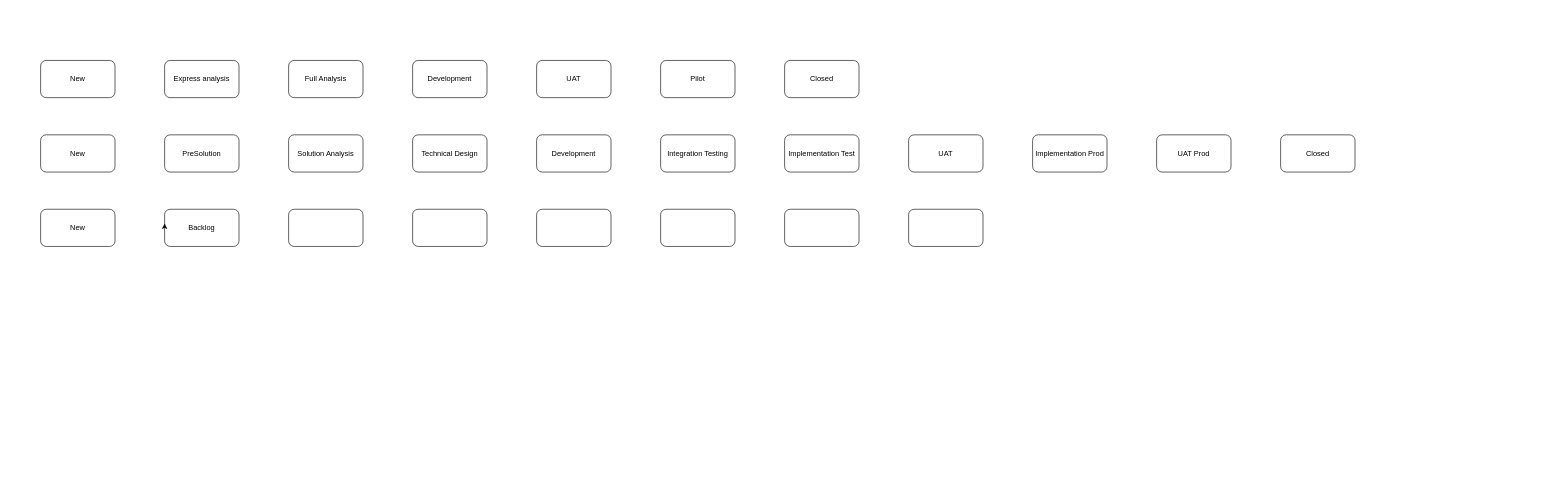
This is Диаграмма без названия.drawio from werthwerth/Diagrams, a draw.io file, before an edit. Source tidied: cells renumbered, new cells numbered last; positions are measured from the earlier drawing's top-left corner, leaving out a move shared by most shapes. Both pictures are drawn from the tidied source at 62%, with x=0, y=0 at pixel (40, 60).
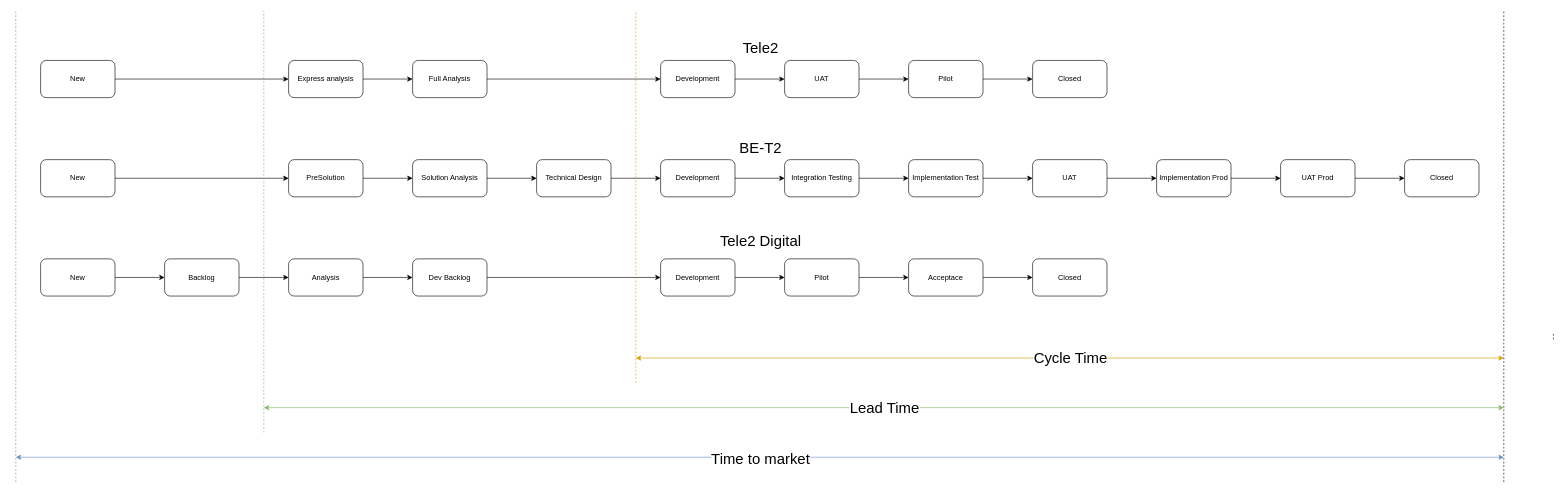
The same diagram, later.

The change refers to these unchanged cells:
```xml
<mxCell id="2" value="New" style="rounded=1;whiteSpace=wrap;html=1;" parent="1" vertex="1">
  <mxGeometry width="120" height="60" as="geometry" />
</mxCell>
```

The edit, as a diff of the source:
```diff
@@
+    <mxCell id="29" style="edgeStyle=orthogonalEdgeStyle;rounded=0;jettySize=auto;html=1;" parent="1" edge="1" source="2" target="3">
+      <mxGeometry relative="1" as="geometry" />
+    </mxCell>
@@
+    <mxCell id="30" style="edgeStyle=orthogonalEdgeStyle;rounded=0;jettySize=auto;html=1;" parent="1" edge="1" source="3" target="4">
+      <mxGeometry relative="1" as="geometry" />
+    </mxCell>
     <mxCell id="3" value="Express analysis" style="rounded=1;whiteSpace=wrap;html=1;" parent="1" vertex="1">
-      <mxGeometry x="200" width="120" height="60" as="geometry" />
+      <mxGeometry x="400" width="120" height="60" as="geometry" />
     </mxCell>
+    <mxCell id="31" style="edgeStyle=orthogonalEdgeStyle;rounded=0;jettySize=auto;html=1;" parent="1" edge="1" source="4" target="5">
+      <mxGeometry relative="1" as="geometry" />
+    </mxCell>
     <mxCell id="4" value="Full Analysis" style="rounded=1;whiteSpace=wrap;html=1;" parent="1" vertex="1">
-      <mxGeometry x="400" width="120" height="60" as="geometry" />
+      <mxGeometry x="600" width="120" height="60" as="geometry" />
     </mxCell>
+    <mxCell id="32" style="edgeStyle=orthogonalEdgeStyle;rounded=0;jettySize=auto;html=1;" parent="1" edge="1" source="5" target="6">
+      <mxGeometry relative="1" as="geometry" />
+    </mxCell>
     <mxCell id="5" value="Development" style="rounded=1;whiteSpace=wrap;html=1;" parent="1" vertex="1">
-      <mxGeometry x="600" width="120" height="60" as="geometry" />
+      <mxGeometry x="1000" width="120" height="60" as="geometry" />
     </mxCell>
+    <mxCell id="33" style="edgeStyle=orthogonalEdgeStyle;rounded=0;jettySize=auto;html=1;" parent="1" edge="1" source="6" target="7">
+      <mxGeometry relative="1" as="geometry" />
+    </mxCell>
     <mxCell id="6" value="UAT" style="rounded=1;whiteSpace=wrap;html=1;" parent="1" vertex="1">
-      <mxGeometry x="800" width="120" height="60" as="geometry" />
+      <mxGeometry x="1200" width="120" height="60" as="geometry" />
     </mxCell>
+    <mxCell id="34" style="edgeStyle=orthogonalEdgeStyle;rounded=0;jettySize=auto;html=1;" parent="1" edge="1" source="7" target="8">
+      <mxGeometry relative="1" as="geometry" />
+    </mxCell>
     <mxCell id="7" value="Pilot" style="rounded=1;whiteSpace=wrap;html=1;" parent="1" vertex="1">
-      <mxGeometry x="1000" width="120" height="60" as="geometry" />
+      <mxGeometry x="1400" width="120" height="60" as="geometry" />
     </mxCell>
     <mxCell id="8" value="&lt;div&gt;Closed&lt;/div&gt;" style="rounded=1;whiteSpace=wrap;html=1;" parent="1" vertex="1">
-      <mxGeometry x="1200" width="120" height="60" as="geometry" />
+      <mxGeometry x="1600" width="120" height="60" as="geometry" />
     </mxCell>
+    <mxCell id="35" style="edgeStyle=orthogonalEdgeStyle;rounded=0;jettySize=auto;html=1;" parent="1" edge="1" source="9" target="10">
+      <mxGeometry relative="1" as="geometry" />
+    </mxCell>
     <mxCell id="9" value="&lt;div&gt;New&lt;/div&gt;" style="rounded=1;whiteSpace=wrap;html=1;" parent="1" vertex="1">
-      <mxGeometry y="120" width="120" height="60" as="geometry" />
+      <mxGeometry y="160" width="120" height="60" as="geometry" />
     </mxCell>
+    <mxCell id="36" style="edgeStyle=orthogonalEdgeStyle;rounded=0;jettySize=auto;html=1;" parent="1" edge="1" source="10" target="11">
+      <mxGeometry relative="1" as="geometry" />
+    </mxCell>
     <mxCell id="10" value="PreSolution" style="rounded=1;whiteSpace=wrap;html=1;" parent="1" vertex="1">
-      <mxGeometry x="200" y="120" width="120" height="60" as="geometry" />
+      <mxGeometry x="400" y="160" width="120" height="60" as="geometry" />
     </mxCell>
+    <mxCell id="37" style="edgeStyle=orthogonalEdgeStyle;rounded=0;jettySize=auto;html=1;" parent="1" edge="1" source="11" target="12">
+      <mxGeometry relative="1" as="geometry" />
+    </mxCell>
     <mxCell id="11" value="Solution Analysis" style="rounded=1;whiteSpace=wrap;html=1;" parent="1" vertex="1">
-      <mxGeometry x="400" y="120" width="120" height="60" as="geometry" />
+      <mxGeometry x="600" y="160" width="120" height="60" as="geometry" />
     </mxCell>
+    <mxCell id="38" style="edgeStyle=orthogonalEdgeStyle;rounded=0;jettySize=auto;html=1;" parent="1" edge="1" source="12" target="13">
+      <mxGeometry relative="1" as="geometry" />
+    </mxCell>
     <mxCell id="12" value="Technical Design" style="rounded=1;whiteSpace=wrap;html=1;" parent="1" vertex="1">
-      <mxGeometry x="600" y="120" width="120" height="60" as="geometry" />
+      <mxGeometry x="800" y="160" width="120" height="60" as="geometry" />
     </mxCell>
+    <mxCell id="39" style="edgeStyle=orthogonalEdgeStyle;rounded=0;jettySize=auto;html=1;" parent="1" edge="1" source="13" target="14">
+      <mxGeometry relative="1" as="geometry" />
+    </mxCell>
     <mxCell id="13" value="Development" style="rounded=1;whiteSpace=wrap;html=1;" parent="1" vertex="1">
-      <mxGeometry x="800" y="120" width="120" height="60" as="geometry" />
+      <mxGeometry x="1000" y="160" width="120" height="60" as="geometry" />
     </mxCell>
+    <mxCell id="40" style="edgeStyle=orthogonalEdgeStyle;rounded=0;jettySize=auto;html=1;" parent="1" edge="1" source="14" target="15">
+      <mxGeometry relative="1" as="geometry" />
+    </mxCell>
     <mxCell id="14" value="Integration Testing" style="rounded=1;whiteSpace=wrap;html=1;" parent="1" vertex="1">
-      <mxGeometry x="1000" y="120" width="120" height="60" as="geometry" />
+      <mxGeometry x="1200" y="160" width="120" height="60" as="geometry" />
     </mxCell>
+    <mxCell id="41" style="edgeStyle=orthogonalEdgeStyle;rounded=0;jettySize=auto;html=1;" parent="1" edge="1" source="15" target="16">
+      <mxGeometry relative="1" as="geometry" />
+    </mxCell>
     <mxCell id="15" value="&lt;div&gt;Implementation Test&lt;/div&gt;" style="rounded=1;whiteSpace=wrap;html=1;" parent="1" vertex="1">
-      <mxGeometry x="1200" y="120" width="120" height="60" as="geometry" />
+      <mxGeometry x="1400" y="160" width="120" height="60" as="geometry" />
     </mxCell>
+    <mxCell id="42" style="edgeStyle=orthogonalEdgeStyle;rounded=0;jettySize=auto;html=1;" parent="1" edge="1" source="16" target="17">
+      <mxGeometry relative="1" as="geometry" />
+    </mxCell>
     <mxCell id="16" value="UAT" style="rounded=1;whiteSpace=wrap;html=1;" parent="1" vertex="1">
-      <mxGeometry x="1400" y="120" width="120" height="60" as="geometry" />
+      <mxGeometry x="1600" y="160" width="120" height="60" as="geometry" />
     </mxCell>
+    <mxCell id="43" style="edgeStyle=orthogonalEdgeStyle;rounded=0;jettySize=auto;html=1;" parent="1" edge="1" source="17" target="18">
+      <mxGeometry relative="1" as="geometry" />
+    </mxCell>
     <mxCell id="17" value="Implementation Prod" style="rounded=1;whiteSpace=wrap;html=1;" parent="1" vertex="1">
-      <mxGeometry x="1600" y="120" width="120" height="60" as="geometry" />
+      <mxGeometry x="1800" y="160" width="120" height="60" as="geometry" />
     </mxCell>
+    <mxCell id="44" style="edgeStyle=orthogonalEdgeStyle;rounded=0;jettySize=auto;html=1;" parent="1" edge="1" source="18" target="19">
+      <mxGeometry relative="1" as="geometry" />
+    </mxCell>
     <mxCell id="18" value="&lt;div&gt;UAT Prod&lt;/div&gt;" style="rounded=1;whiteSpace=wrap;html=1;" parent="1" vertex="1">
-      <mxGeometry x="1800" y="120" width="120" height="60" as="geometry" />
+      <mxGeometry x="2000" y="160" width="120" height="60" as="geometry" />
     </mxCell>
     <mxCell id="19" value="Closed" style="rounded=1;whiteSpace=wrap;html=1;" parent="1" vertex="1">
-      <mxGeometry x="2000" y="120" width="120" height="60" as="geometry" />
+      <mxGeometry x="2200" y="160" width="120" height="60" as="geometry" />
     </mxCell>
+    <mxCell id="45" style="edgeStyle=orthogonalEdgeStyle;rounded=0;jettySize=auto;html=1;" parent="1" edge="1" source="20" target="21">
+      <mxGeometry relative="1" as="geometry" />
+    </mxCell>
     <mxCell id="20" value="New" style="rounded=1;whiteSpace=wrap;html=1;" parent="1" vertex="1">
-      <mxGeometry y="240" width="120" height="60" as="geometry" />
+      <mxGeometry y="320" width="120" height="60" as="geometry" />
     </mxCell>
+    <mxCell id="46" style="edgeStyle=orthogonalEdgeStyle;rounded=0;jettySize=auto;html=1;" parent="1" edge="1" source="21" target="22">
+      <mxGeometry relative="1" as="geometry" />
+    </mxCell>
     <mxCell id="21" value="Backlog" style="rounded=1;whiteSpace=wrap;html=1;" parent="1" vertex="1">
-      <mxGeometry x="200" y="240" width="120" height="60" as="geometry" />
+      <mxGeometry x="200" y="320" width="120" height="60" as="geometry" />
     </mxCell>
+    <mxCell id="47" style="edgeStyle=orthogonalEdgeStyle;rounded=0;jettySize=auto;html=1;" parent="1" edge="1" source="22" target="23">
+      <mxGeometry relative="1" as="geometry" />
+    </mxCell>
-    <mxCell id="22" style="rounded=1;whiteSpace=wrap;html=1;" parent="1" vertex="1">
-      <mxGeometry x="400" y="240" width="120" height="60" as="geometry" />
+    <mxCell id="22" value="Analysis" style="rounded=1;whiteSpace=wrap;html=1;" parent="1" vertex="1">
+      <mxGeometry x="400" y="320" width="120" height="60" as="geometry" />
     </mxCell>
+    <mxCell id="48" style="edgeStyle=orthogonalEdgeStyle;rounded=0;jettySize=auto;html=1;" parent="1" edge="1" source="23" target="24">
+      <mxGeometry relative="1" as="geometry" />
+    </mxCell>
-    <mxCell id="23" style="rounded=1;whiteSpace=wrap;html=1;" parent="1" vertex="1">
-      <mxGeometry x="600" y="240" width="120" height="60" as="geometry" />
+    <mxCell id="23" value="&lt;div&gt;Dev Backlog&lt;/div&gt;" style="rounded=1;whiteSpace=wrap;html=1;" parent="1" vertex="1">
+      <mxGeometry x="600" y="320" width="120" height="60" as="geometry" />
     </mxCell>
+    <mxCell id="49" style="edgeStyle=orthogonalEdgeStyle;rounded=0;jettySize=auto;html=1;" parent="1" edge="1" source="24" target="25">
+      <mxGeometry relative="1" as="geometry" />
+    </mxCell>
-    <mxCell id="24" style="rounded=1;whiteSpace=wrap;html=1;" parent="1" vertex="1">
-      <mxGeometry x="800" y="240" width="120" height="60" as="geometry" />
+    <mxCell id="24" value="Development" style="rounded=1;whiteSpace=wrap;html=1;" parent="1" vertex="1">
+      <mxGeometry x="1000" y="320" width="120" height="60" as="geometry" />
     </mxCell>
+    <mxCell id="50" style="edgeStyle=orthogonalEdgeStyle;rounded=0;jettySize=auto;html=1;" parent="1" edge="1" source="25" target="26">
+      <mxGeometry relative="1" as="geometry" />
+    </mxCell>
-    <mxCell id="25" style="rounded=1;whiteSpace=wrap;html=1;" parent="1" vertex="1">
-      <mxGeometry x="1000" y="240" width="120" height="60" as="geometry" />
+    <mxCell id="25" value="Pilot" style="rounded=1;whiteSpace=wrap;html=1;" parent="1" vertex="1">
+      <mxGeometry x="1200" y="320" width="120" height="60" as="geometry" />
     </mxCell>
+    <mxCell id="51" style="edgeStyle=orthogonalEdgeStyle;rounded=0;jettySize=auto;html=1;" parent="1" edge="1" source="26" target="27">
+      <mxGeometry relative="1" as="geometry" />
+    </mxCell>
-    <mxCell id="26" style="rounded=1;whiteSpace=wrap;html=1;" parent="1" vertex="1">
-      <mxGeometry x="1200" y="240" width="120" height="60" as="geometry" />
+    <mxCell id="26" value="Acceptace" style="rounded=1;whiteSpace=wrap;html=1;" parent="1" vertex="1">
+      <mxGeometry x="1400" y="320" width="120" height="60" as="geometry" />
     </mxCell>
-    <mxCell id="27" style="rounded=1;whiteSpace=wrap;html=1;" parent="1" vertex="1">
-      <mxGeometry x="1400" y="240" width="120" height="60" as="geometry" />
+    <mxCell id="27" value="Closed" style="rounded=1;whiteSpace=wrap;html=1;" parent="1" vertex="1">
+      <mxGeometry x="1600" y="320" width="120" height="60" as="geometry" />
     </mxCell>
-    <mxCell id="28" style="edgeStyle=orthogonalEdgeStyle;rounded=0;orthogonalLoop=1;jettySize=auto;html=1;exitX=0;exitY=0.5;exitDx=0;exitDy=0;entryX=0;entryY=0.383;entryDx=0;entryDy=0;entryPerimeter=0;" parent="1" edge="1" source="21" target="21">
-      <mxGeometry relative="1" as="geometry" />
-    </mxCell>
+    <mxCell id="52" style="endArrow=none;dashed=1;html=1;rounded=0;fillColor=#dae8fc;strokeColor=#6c8ebf;" parent="1" edge="1">
+      <mxGeometry relative="1" as="geometry">
+        <mxPoint x="-40" y="680" as="sourcePoint" />
+        <mxPoint x="-40" y="-80" as="targetPoint" />
+      </mxGeometry>
+    </mxCell>
+    <mxCell id="53" style="endArrow=none;dashed=1;html=1;rounded=0;" parent="1" edge="1">
+      <mxGeometry relative="1" as="geometry">
+        <mxPoint x="2360" y="680" as="sourcePoint" />
+        <mxPoint x="2360" y="-80" as="targetPoint" />
+      </mxGeometry>
+    </mxCell>
+    <mxCell id="54" style="endArrow=classic;startArrow=classic;html=1;rounded=0;fillColor=#dae8fc;strokeColor=#6c8ebf;" parent="1" edge="1">
+      <mxGeometry relative="1" as="geometry">
+        <mxPoint x="-40" y="640" as="sourcePoint" />
+        <mxPoint x="2360" y="640" as="targetPoint" />
+      </mxGeometry>
+    </mxCell>
+    <mxCell id="55" value="&lt;font style=&quot;font-size: 24px;&quot;&gt;Time to market&lt;/font&gt;" style="edgeLabel;html=1;align=center;verticalAlign=middle;" parent="54" vertex="1">
+      <mxGeometry y="-2" relative="1" as="geometry" />
+    </mxCell>
+    <mxCell id="56" value="&lt;font style=&quot;font-size: 24px;&quot;&gt;Tele2&lt;/font&gt;" style="edgeLabel;html=1;align=center;verticalAlign=middle;" parent="54" vertex="1">
+      <mxGeometry y="2" relative="1" as="geometry">
+        <mxPoint y="-658" as="offset" />
+      </mxGeometry>
+    </mxCell>
+    <mxCell id="57" style="endArrow=none;dashed=1;html=1;rounded=0;fillColor=#d5e8d4;strokeColor=#82b366;" parent="1" edge="1">
+      <mxGeometry relative="1" as="geometry">
+        <mxPoint x="360" y="600" as="sourcePoint" />
+        <mxPoint x="360" y="-80" as="targetPoint" />
+      </mxGeometry>
+    </mxCell>
+    <mxCell id="58" style="endArrow=classic;startArrow=classic;html=1;rounded=0;fillColor=#d5e8d4;strokeColor=#82b366;" parent="1" edge="1">
+      <mxGeometry relative="1" as="geometry">
+        <mxPoint x="360" y="560" as="sourcePoint" />
+        <mxPoint x="2360" y="560" as="targetPoint" />
+      </mxGeometry>
+    </mxCell>
+    <mxCell id="59" value="&lt;font style=&quot;font-size: 24px;&quot;&gt;Lead Time&lt;/font&gt;" style="edgeLabel;html=1;align=center;verticalAlign=middle;" parent="58" vertex="1">
+      <mxGeometry relative="1" as="geometry" />
+    </mxCell>
+    <mxCell id="60" style="endArrow=none;dashed=1;html=1;rounded=0;fillColor=#ffe6cc;strokeColor=#d79b00;" parent="1" edge="1">
+      <mxGeometry relative="1" as="geometry">
+        <mxPoint x="960" y="520" as="sourcePoint" />
+        <mxPoint x="960" y="-80" as="targetPoint" />
+      </mxGeometry>
+    </mxCell>
+    <mxCell id="61" style="endArrow=classic;startArrow=classic;html=1;rounded=0;fillColor=#ffe6cc;strokeColor=#d79b00;fontSize=24;" parent="1" edge="1">
+      <mxGeometry relative="1" as="geometry">
+        <mxPoint x="960" y="480" as="sourcePoint" />
+        <mxPoint x="2360" y="480" as="targetPoint" />
+      </mxGeometry>
+    </mxCell>
+    <mxCell id="62" value="&lt;font style=&quot;font-size: 24px;&quot;&gt;Cycle Time&lt;/font&gt;" style="edgeLabel;html=1;align=center;verticalAlign=middle;" parent="61" vertex="1">
+      <mxGeometry y="1" relative="1" as="geometry" />
+    </mxCell>
+    <mxCell id="63" style="endArrow=none;dashed=1;html=1;rounded=0;" parent="1" edge="1">
+      <mxGeometry relative="1" as="geometry">
+        <mxPoint x="2440" y="450" as="sourcePoint" />
+        <mxPoint x="2440" y="440" as="targetPoint" />
+      </mxGeometry>
+    </mxCell>
+    <mxCell id="64" value="&lt;font style=&quot;font-size: 24px;&quot;&gt;BE-T2&lt;/font&gt;" style="edgeLabel;html=1;align=center;verticalAlign=middle;" parent="1" vertex="1">
+      <mxGeometry x="1160" y="140" as="geometry" />
+    </mxCell>
+    <mxCell id="65" value="&lt;font style=&quot;font-size: 24px;&quot;&gt;Tele2 Digital&lt;/font&gt;" style="edgeLabel;html=1;align=center;verticalAlign=middle;" parent="1" vertex="1">
+      <mxGeometry x="1160" y="290" as="geometry" />
+    </mxCell>
```
